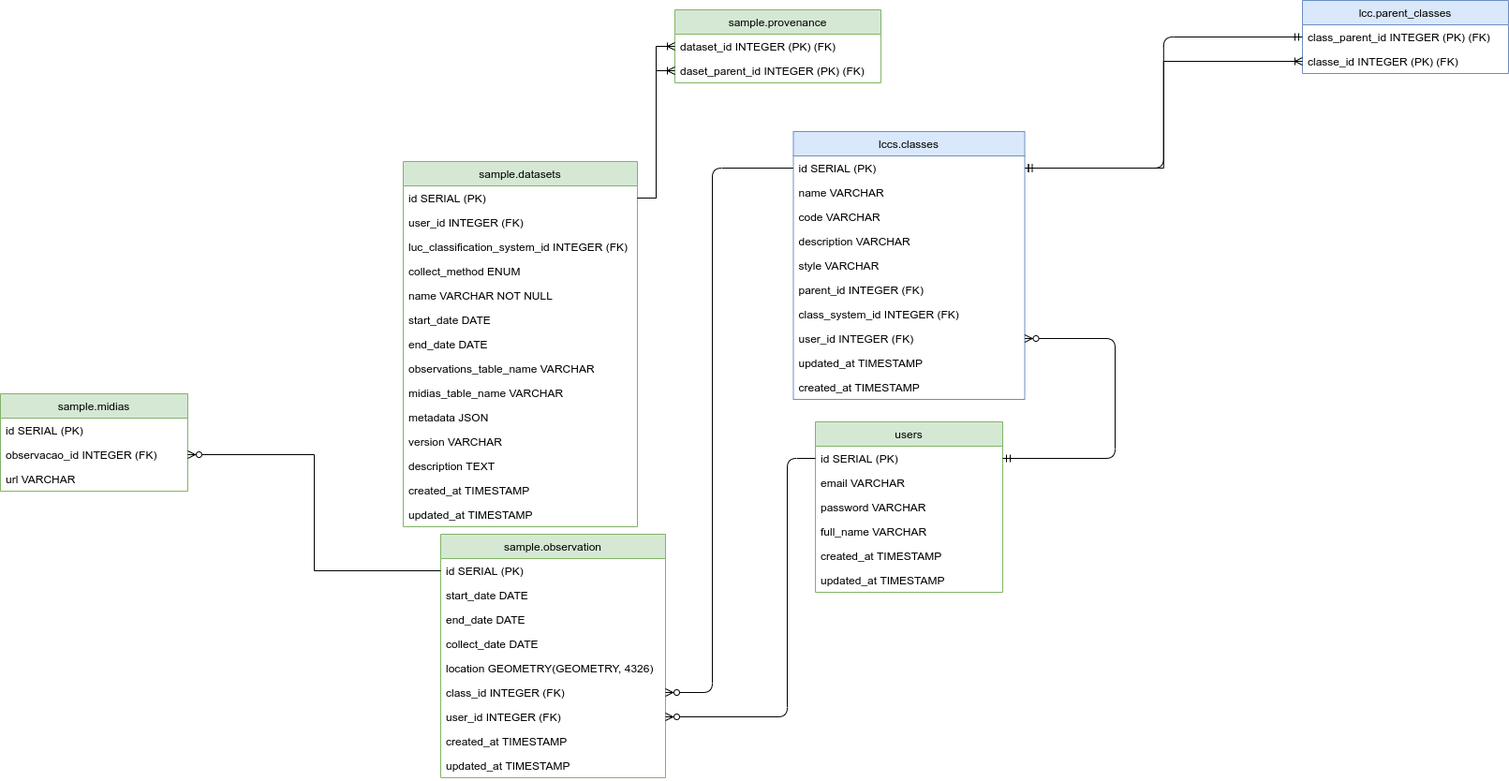
Above: docs/model/db-schema.png in brazil-data-cube/sample-db (draw.io), before the change. Source tidied: cells renumbered, new cells last; positions are measured from the earlier drawing's top-left corner, leaving out a move shared by most shapes.
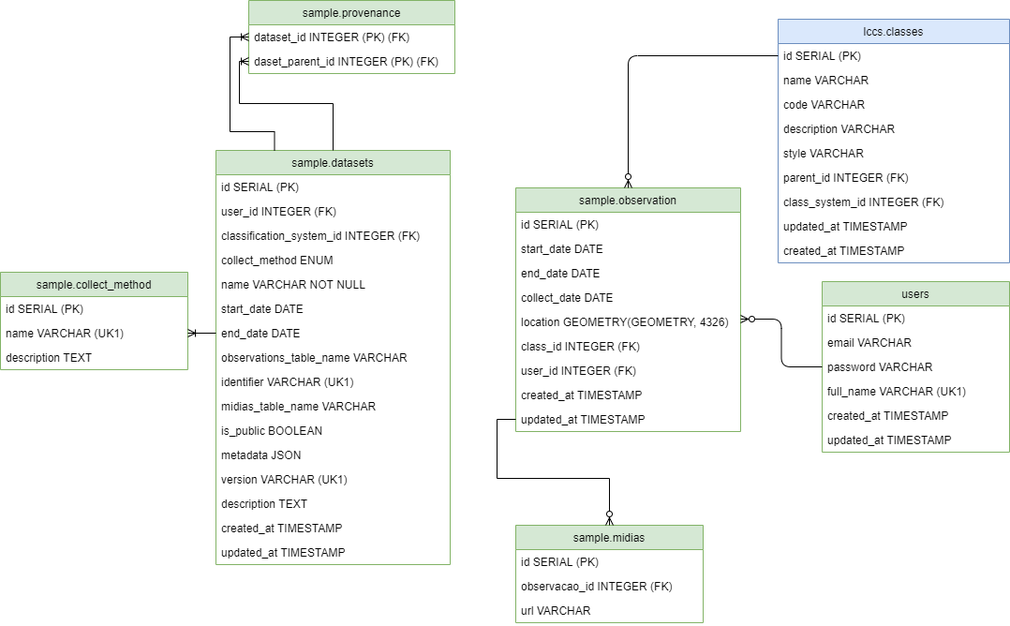
The same diagram one commit later.

Commit message:
add new diagram in docs and fixing migration

What changed in the source:
```diff
@@ -1,9 +1,9 @@
-<mxGraphModel background="#ffffff">
+<mxGraphModel>
   <root>
     <mxCell id="0" />
     <mxCell id="1" parent="0" />
     <mxCell id="2" value="lccs.classes" style="swimlane;fontStyle=0;horizontal=1;startSize=26;fillColor=#dae8fc;labelBackgroundColor=none;strokeColor=#6c8ebf;" parent="1" vertex="1">
-      <mxGeometry x="846.5" y="140" width="247" height="286" as="geometry" />
+      <mxGeometry x="730" y="-80" width="247" height="260" as="geometry" />
     </mxCell>
     <mxCell id="3" value="id SERIAL (PK)" style="text;strokeColor=none;fillColor=none;align=left;verticalAlign=top;spacingLeft=4;spacingRight=4;overflow=hidden;points=[[0,0.5],[1,0.5]];portConstraint=eastwest;" parent="2" vertex="1">
       <mxGeometry y="26" width="247" height="26" as="geometry" />
@@ -26,30 +26,27 @@
     <mxCell id="9" value="class_system_id INTEGER (FK)&#10;" style="text;strokeColor=none;fillColor=none;align=left;verticalAlign=top;spacingLeft=4;spacingRight=4;overflow=hidden;" parent="2" vertex="1">
       <mxGeometry y="182" width="247" height="26" as="geometry" />
     </mxCell>
-    <mxCell id="10" value="user_id INTEGER (FK)&#10;" style="text;strokeColor=none;fillColor=none;align=left;verticalAlign=top;spacingLeft=4;spacingRight=4;overflow=hidden;points=[[0,0.5],[1,0.5]];portConstraint=eastwest;" parent="2" vertex="1">
-      <mxGeometry y="208" width="247" height="26" as="geometry" />
-    </mxCell>
     <mxCell id="11" value="updated_at TIMESTAMP&#10;" style="text;strokeColor=none;fillColor=none;align=left;verticalAlign=top;spacingLeft=4;spacingRight=4;overflow=hidden;" parent="2" vertex="1">
-      <mxGeometry y="234" width="247" height="26" as="geometry" />
+      <mxGeometry y="208" width="247" height="26" as="geometry" />
     </mxCell>
     <mxCell id="12" value="created_at TIMESTAMP&#10;" style="text;strokeColor=none;fillColor=none;align=left;verticalAlign=top;spacingLeft=4;spacingRight=4;overflow=hidden;" parent="2" vertex="1">
-      <mxGeometry y="260" width="247" height="26" as="geometry" />
+      <mxGeometry y="234" width="247" height="26" as="geometry" />
     </mxCell>
     <mxCell id="13" value="users" style="swimlane;fontStyle=0;horizontal=1;startSize=26;fillColor=#d5e8d4;labelBackgroundColor=none;strokeColor=#82b366;" parent="1" vertex="1">
-      <mxGeometry x="870" y="450" width="200" height="182" as="geometry" />
+      <mxGeometry x="777" y="200" width="200" height="182" as="geometry" />
     </mxCell>
-    <mxCell id="14" value="id SERIAL (PK)" style="text;strokeColor=none;fillColor=none;align=left;verticalAlign=top;spacingLeft=4;spacingRight=4;overflow=hidden;points=[[0,0.5],[1,0.5]];portConstraint=eastwest;" parent="13" vertex="1">
-      <mxGeometry y="26" width="200" height="26" as="geometry" />
-    </mxCell>
+    <mxCell id="63" value="id SERIAL (PK)" style="text;strokeColor=none;fillColor=none;align=left;verticalAlign=top;spacingLeft=4;spacingRight=4;overflow=hidden;" parent="13" vertex="1">
+      <mxGeometry y="26" width="200" height="26" as="geometry" />
+    </mxCell>
     <mxCell id="15" value="email VARCHAR" style="text;strokeColor=none;fillColor=none;align=left;verticalAlign=top;spacingLeft=4;spacingRight=4;overflow=hidden;" parent="13" vertex="1">
       <mxGeometry y="52" width="200" height="26" as="geometry" />
     </mxCell>
     <mxCell id="16" value="password VARCHAR&#10;" style="text;strokeColor=none;fillColor=none;align=left;verticalAlign=top;spacingLeft=4;spacingRight=4;overflow=hidden;" parent="13" vertex="1">
       <mxGeometry y="78" width="200" height="26" as="geometry" />
     </mxCell>
-    <mxCell id="17" value="full_name VARCHAR&#10;" style="text;strokeColor=none;fillColor=none;align=left;verticalAlign=top;spacingLeft=4;spacingRight=4;overflow=hidden;" parent="13" vertex="1">
-      <mxGeometry y="104" width="200" height="26" as="geometry" />
-    </mxCell>
+    <mxCell id="64" value="full_name VARCHAR (UK1)&#10;" style="text;strokeColor=none;fillColor=none;align=left;verticalAlign=top;spacingLeft=4;spacingRight=4;overflow=hidden;" parent="13" vertex="1">
+      <mxGeometry y="104" width="200" height="26" as="geometry" />
+    </mxCell>
     <mxCell id="18" value="created_at TIMESTAMP" style="text;strokeColor=none;fillColor=none;align=left;verticalAlign=top;spacingLeft=4;spacingRight=4;overflow=hidden;" parent="13" vertex="1">
       <mxGeometry y="130" width="200" height="26" as="geometry" />
     </mxCell>
@@ -57,7 +54,7 @@
       <mxGeometry y="156" width="200" height="26" as="geometry" />
     </mxCell>
     <mxCell id="20" value="sample.observation" style="swimlane;fontStyle=0;horizontal=1;startSize=26;fillColor=#d5e8d4;labelBackgroundColor=none;strokeColor=#82b366;" parent="1" vertex="1">
-      <mxGeometry x="470" y="570" width="240" height="260" as="geometry" />
+      <mxGeometry x="450" y="100" width="240" height="260" as="geometry" />
     </mxCell>
     <mxCell id="21" value="id SERIAL (PK)" style="text;strokeColor=none;fillColor=none;align=left;verticalAlign=top;spacingLeft=4;spacingRight=4;overflow=hidden;points=[[0,0.5],[1,0.5]];portConstraint=eastwest;" parent="20" vertex="1">
       <mxGeometry y="26" width="240" height="26" as="geometry" />
@@ -86,31 +83,21 @@
     <mxCell id="29" value="updated_at TIMESTAMP" style="text;strokeColor=none;fillColor=none;align=left;verticalAlign=top;spacingLeft=4;spacingRight=4;overflow=hidden;points=[[0,0.5],[1,0.5]];portConstraint=eastwest;" parent="20" vertex="1">
       <mxGeometry y="234" width="240" height="26" as="geometry" />
     </mxCell>
-    <mxCell id="30" style="edgeStyle=elbowEdgeStyle;fontSize=12;html=1;endArrow=ERzeroToMany;exitX=1;exitY=0.5;exitDx=0;exitDy=0;entryX=1;entryY=0.5;entryDx=0;entryDy=0;startArrow=ERmandOne;startFill=0;endFill=1;" parent="1" edge="1" source="14" target="10">
-      <mxGeometry relative="1" as="geometry">
-        <Array as="points">
-          <mxPoint x="1190" y="390" />
-          <mxPoint x="1400" y="470" />
-        </Array>
-      </mxGeometry>
-    </mxCell>
-    <mxCell id="31" style="edgeStyle=elbowEdgeStyle;fontSize=12;html=1;endArrow=ERzeroToMany;entryX=1;entryY=0.5;entryDx=0;entryDy=0;endFill=1;" parent="1" edge="1" target="27">
-      <mxGeometry relative="1" as="geometry">
-        <mxPoint x="870" y="489" as="sourcePoint" />
-        <Array as="points">
-          <mxPoint x="840" y="600" />
-        </Array>
-      </mxGeometry>
-    </mxCell>
-    <mxCell id="32" style="edgeStyle=elbowEdgeStyle;fontSize=12;html=1;endArrow=ERzeroToMany;entryX=1;entryY=0.5;entryDx=0;entryDy=0;exitX=0;exitY=0.5;exitDx=0;exitDy=0;endFill=1;" parent="1" edge="1" source="3" target="26">
-      <mxGeometry relative="1" as="geometry">
-        <Array as="points">
-          <mxPoint x="760" y="630" />
-        </Array>
-      </mxGeometry>
-    </mxCell>
+    <mxCell id="65" style="fontSize=12;html=1;endArrow=ERzeroToMany;entryX=1;entryY=0.5;entryDx=0;entryDy=0;endFill=1;edgeStyle=orthogonalEdgeStyle;" parent="1" edge="1" source="13">
+      <mxGeometry relative="1" as="geometry">
+        <mxPoint x="690" y="240" as="targetPoint" />
+      </mxGeometry>
+    </mxCell>
+    <mxCell id="66" style="edgeStyle=elbowEdgeStyle;fontSize=12;html=1;endArrow=ERzeroToMany;entryX=0.5;entryY=0;entryDx=0;entryDy=0;exitX=0;exitY=0.5;exitDx=0;exitDy=0;endFill=1;" parent="1" edge="1" source="3" target="20">
+      <mxGeometry relative="1" as="geometry">
+        <Array as="points">
+          <mxPoint x="570" />
+          <mxPoint x="820" y="170" />
+        </Array>
+      </mxGeometry>
+    </mxCell>
     <mxCell id="33" value="sample.datasets" style="swimlane;fontStyle=0;horizontal=1;startSize=26;fillColor=#d5e8d4;labelBackgroundColor=none;strokeColor=#82b366;" parent="1" vertex="1">
-      <mxGeometry x="430" y="172" width="250" height="390" as="geometry" />
+      <mxGeometry x="130" y="60" width="250" height="442" as="geometry" />
     </mxCell>
     <mxCell id="34" value="id SERIAL (PK)" style="text;strokeColor=none;fillColor=none;align=left;verticalAlign=top;spacingLeft=4;spacingRight=4;overflow=hidden;points=[[0,0.5],[1,0.5]];portConstraint=eastwest;" parent="33" vertex="1">
       <mxGeometry y="26" width="250" height="26" as="geometry" />
@@ -118,9 +105,9 @@
     <mxCell id="35" value="user_id INTEGER (FK)" style="text;strokeColor=none;fillColor=none;align=left;verticalAlign=top;spacingLeft=4;spacingRight=4;overflow=hidden;" parent="33" vertex="1">
       <mxGeometry y="52" width="250" height="26" as="geometry" />
     </mxCell>
-    <mxCell id="36" value="luc_classification_system_id INTEGER (FK)" style="text;strokeColor=none;fillColor=none;align=left;verticalAlign=top;spacingLeft=4;spacingRight=4;overflow=hidden;" parent="33" vertex="1">
-      <mxGeometry y="78" width="250" height="26" as="geometry" />
-    </mxCell>
+    <mxCell id="67" value="classification_system_id INTEGER (FK)" style="text;strokeColor=none;fillColor=none;align=left;verticalAlign=top;spacingLeft=4;spacingRight=4;overflow=hidden;" parent="33" vertex="1">
+      <mxGeometry y="78" width="250" height="26" as="geometry" />
+    </mxCell>
     <mxCell id="37" value="collect_method ENUM" style="text;strokeColor=none;fillColor=none;align=left;verticalAlign=top;spacingLeft=4;spacingRight=4;overflow=hidden;" parent="33" vertex="1">
       <mxGeometry y="104" width="250" height="26" as="geometry" />
     </mxCell>
@@ -136,30 +123,36 @@
     <mxCell id="41" value="observations_table_name VARCHAR" style="text;strokeColor=none;fillColor=none;align=left;verticalAlign=top;spacingLeft=4;spacingRight=4;overflow=hidden;" parent="33" vertex="1">
       <mxGeometry y="208" width="250" height="26" as="geometry" />
     </mxCell>
+    <mxCell id="68" value="identifier VARCHAR (UK1)" style="text;strokeColor=none;fillColor=none;align=left;verticalAlign=top;spacingLeft=4;spacingRight=4;overflow=hidden;" parent="33" vertex="1">
+      <mxGeometry y="234" width="250" height="26" as="geometry" />
+    </mxCell>
     <mxCell id="42" value="midias_table_name VARCHAR" style="text;strokeColor=none;fillColor=none;align=left;verticalAlign=top;spacingLeft=4;spacingRight=4;overflow=hidden;" parent="33" vertex="1">
-      <mxGeometry y="234" width="250" height="26" as="geometry" />
+      <mxGeometry y="260" width="250" height="26" as="geometry" />
     </mxCell>
+    <mxCell id="69" value="is_public BOOLEAN" style="text;strokeColor=none;fillColor=none;align=left;verticalAlign=top;spacingLeft=4;spacingRight=4;overflow=hidden;" parent="33" vertex="1">
+      <mxGeometry y="286" width="250" height="26" as="geometry" />
+    </mxCell>
     <mxCell id="43" value="metadata JSON" style="text;strokeColor=none;fillColor=none;align=left;verticalAlign=top;spacingLeft=4;spacingRight=4;overflow=hidden;" parent="33" vertex="1">
-      <mxGeometry y="260" width="250" height="26" as="geometry" />
+      <mxGeometry y="312" width="250" height="26" as="geometry" />
     </mxCell>
-    <mxCell id="44" value="version VARCHAR" style="text;strokeColor=none;fillColor=none;align=left;verticalAlign=top;spacingLeft=4;spacingRight=4;overflow=hidden;" parent="33" vertex="1">
-      <mxGeometry y="286" width="250" height="26" as="geometry" />
-    </mxCell>
-    <mxCell id="45" value="description TEXT" style="text;strokeColor=none;fillColor=none;align=left;verticalAlign=top;spacingLeft=4;spacingRight=4;overflow=hidden;" parent="33" vertex="1">
-      <mxGeometry y="312" width="250" height="26" as="geometry" />
-    </mxCell>
+    <mxCell id="70" value="version VARCHAR (UK1)" style="text;strokeColor=none;fillColor=none;align=left;verticalAlign=top;spacingLeft=4;spacingRight=4;overflow=hidden;" parent="33" vertex="1">
+      <mxGeometry y="338" width="250" height="26" as="geometry" />
+    </mxCell>
+    <mxCell id="71" value="description TEXT" style="text;strokeColor=none;fillColor=none;align=left;verticalAlign=top;spacingLeft=4;spacingRight=4;overflow=hidden;" parent="33" vertex="1">
+      <mxGeometry y="364" width="250" height="26" as="geometry" />
+    </mxCell>
     <mxCell id="46" value="created_at TIMESTAMP" style="text;strokeColor=none;fillColor=none;align=left;verticalAlign=top;spacingLeft=4;spacingRight=4;overflow=hidden;" parent="33" vertex="1">
-      <mxGeometry y="338" width="250" height="26" as="geometry" />
+      <mxGeometry y="390" width="250" height="26" as="geometry" />
     </mxCell>
     <mxCell id="47" value="updated_at TIMESTAMP" style="text;strokeColor=none;fillColor=none;align=left;verticalAlign=top;spacingLeft=4;spacingRight=4;overflow=hidden;" parent="33" vertex="1">
-      <mxGeometry y="364" width="250" height="26" as="geometry" />
+      <mxGeometry y="416" width="250" height="26" as="geometry" />
     </mxCell>
     <mxCell id="48" value="sample.midias" style="swimlane;fontStyle=0;horizontal=1;startSize=26;fillColor=#d5e8d4;labelBackgroundColor=none;strokeColor=#82b366;" parent="1" vertex="1">
-      <mxGeometry y="420" width="200" height="104" as="geometry" />
+      <mxGeometry x="450" y="460" width="200" height="104" as="geometry" />
     </mxCell>
-    <mxCell id="49" value="id SERIAL (PK)" style="text;strokeColor=none;fillColor=none;align=left;verticalAlign=top;spacingLeft=4;spacingRight=4;overflow=hidden;" parent="48" vertex="1">
-      <mxGeometry y="26" width="200" height="26" as="geometry" />
-    </mxCell>
+    <mxCell id="72" value="id SERIAL (PK)" style="text;strokeColor=none;fillColor=none;align=left;verticalAlign=top;spacingLeft=4;spacingRight=4;overflow=hidden;" parent="48" vertex="1">
+      <mxGeometry y="26" width="200" height="26" as="geometry" />
+    </mxCell>
     <mxCell id="50" value="observacao_id INTEGER (FK)" style="text;strokeColor=none;fillColor=none;align=left;verticalAlign=top;spacingLeft=4;spacingRight=4;overflow=hidden;points=[[0,0.5],[1,0.5]];portConstraint=eastwest;" parent="48" vertex="1">
       <mxGeometry y="52" width="200" height="26" as="geometry" />
     </mxCell>
@@ -167,7 +160,7 @@
       <mxGeometry y="78" width="200" height="26" as="geometry" />
     </mxCell>
     <mxCell id="52" value="sample.provenance" style="swimlane;fontStyle=0;horizontal=1;startSize=26;fillColor=#d5e8d4;labelBackgroundColor=none;strokeColor=#82b366;" parent="1" vertex="1">
-      <mxGeometry x="720" y="10" width="220" height="78" as="geometry" />
+      <mxGeometry x="165" y="-100" width="220" height="78" as="geometry" />
     </mxCell>
     <mxCell id="53" value="dataset_id INTEGER (PK) (FK)" style="text;strokeColor=none;fillColor=none;align=left;verticalAlign=top;spacingLeft=4;spacingRight=4;overflow=hidden;points=[[0,0.5],[1,0.5]];portConstraint=eastwest;" parent="52" vertex="1">
       <mxGeometry y="26" width="220" height="26" as="geometry" />
@@ -175,29 +168,41 @@
     <mxCell id="54" value="daset_parent_id INTEGER (PK) (FK)" style="text;strokeColor=none;fillColor=none;align=left;verticalAlign=top;spacingLeft=4;spacingRight=4;overflow=hidden;points=[[0,0.5],[1,0.5]];portConstraint=eastwest;" parent="52" vertex="1">
       <mxGeometry y="52" width="220" height="26" as="geometry" />
     </mxCell>
-    <mxCell id="55" value="lcc.parent_classes" style="swimlane;fontStyle=0;horizontal=1;startSize=26;fillColor=#dae8fc;labelBackgroundColor=none;strokeColor=#6c8ebf;" parent="1" vertex="1">
-      <mxGeometry x="1390" width="220" height="78" as="geometry" />
-    </mxCell>
-    <mxCell id="56" value="class_parent_id INTEGER (PK) (FK)" style="text;strokeColor=none;fillColor=none;align=left;verticalAlign=top;spacingLeft=4;spacingRight=4;overflow=hidden;points=[[0,0.5],[1,0.5]];portConstraint=eastwest;" parent="55" vertex="1">
-      <mxGeometry y="26" width="220" height="26" as="geometry" />
-    </mxCell>
-    <mxCell id="57" value="classe_id INTEGER (PK) (FK)" style="text;strokeColor=none;fillColor=none;align=left;verticalAlign=top;spacingLeft=4;spacingRight=4;overflow=hidden;points=[[0,0.5],[1,0.5]];portConstraint=eastwest;" parent="55" vertex="1">
-      <mxGeometry y="52" width="220" height="26" as="geometry" />
-    </mxCell>
-    <mxCell id="58" style="edgeStyle=orthogonalEdgeStyle;fontSize=12;html=1;endArrow=ERmandOne;startArrow=ERmandOne;endFill=0;entryX=0;entryY=0.5;entryDx=0;entryDy=0;exitX=1;exitY=0.5;exitDx=0;exitDy=0;" parent="1" edge="1" source="3" target="56">
-      <mxGeometry relative="1" as="geometry" />
-    </mxCell>
-    <mxCell id="59" style="rounded=0;jettySize=auto;html=1;exitX=1;exitY=0.5;exitDx=0;exitDy=0;startArrow=ERone;startFill=0;endArrow=ERoneToMany;endFill=0;entryX=0;entryY=0.5;entryDx=0;entryDy=0;edgeStyle=orthogonalEdgeStyle;" parent="1" edge="1" source="3" target="57">
-      <mxGeometry relative="1" as="geometry" />
-    </mxCell>
-    <mxCell id="60" style="edgeStyle=orthogonalEdgeStyle;rounded=0;jettySize=auto;html=1;exitX=1;exitY=0.5;exitDx=0;exitDy=0;entryX=0;entryY=0.5;entryDx=0;entryDy=0;startArrow=none;startFill=0;endArrow=ERoneToMany;endFill=0;" parent="1" edge="1" source="34" target="53">
-      <mxGeometry relative="1" as="geometry" />
-    </mxCell>
-    <mxCell id="61" style="edgeStyle=orthogonalEdgeStyle;rounded=0;jettySize=auto;html=1;exitX=1;exitY=0.5;exitDx=0;exitDy=0;entryX=0;entryY=0.5;entryDx=0;entryDy=0;startArrow=none;startFill=0;endArrow=ERoneToMany;endFill=0;" parent="1" edge="1" source="34" target="54">
-      <mxGeometry relative="1" as="geometry" />
-    </mxCell>
-    <mxCell id="62" style="edgeStyle=orthogonalEdgeStyle;rounded=0;jettySize=auto;html=1;exitX=0;exitY=0.5;exitDx=0;exitDy=0;entryX=1;entryY=0.5;entryDx=0;entryDy=0;startArrow=none;startFill=0;endArrow=ERzeroToMany;endFill=1;" parent="1" edge="1" source="21" target="50">
-      <mxGeometry relative="1" as="geometry" />
-    </mxCell>
+    <mxCell id="73" style="edgeStyle=orthogonalEdgeStyle;rounded=0;jettySize=auto;html=1;exitX=0.25;exitY=0;exitDx=0;exitDy=0;entryX=0;entryY=0.5;entryDx=0;entryDy=0;startArrow=none;startFill=0;endArrow=ERoneToMany;endFill=0;" parent="1" edge="1" source="33" target="53">
+      <mxGeometry relative="1" as="geometry">
+        <Array as="points">
+          <mxPoint x="193" y="40" />
+          <mxPoint x="145" y="40" />
+          <mxPoint x="145" y="-61" />
+        </Array>
+      </mxGeometry>
+    </mxCell>
+    <mxCell id="74" style="edgeStyle=orthogonalEdgeStyle;rounded=0;jettySize=auto;html=1;exitX=0.5;exitY=0;exitDx=0;exitDy=0;entryX=0;entryY=0.5;entryDx=0;entryDy=0;startArrow=none;startFill=0;endArrow=ERoneToMany;endFill=0;" parent="1" edge="1" source="33" target="54">
+      <mxGeometry relative="1" as="geometry">
+        <Array as="points">
+          <mxPoint x="255" y="10" />
+          <mxPoint x="155" y="10" />
+          <mxPoint x="155" y="-35" />
+        </Array>
+      </mxGeometry>
+    </mxCell>
+    <mxCell id="75" style="edgeStyle=orthogonalEdgeStyle;rounded=0;jettySize=auto;html=1;exitX=0;exitY=0.5;exitDx=0;exitDy=0;entryX=0.5;entryY=0;entryDx=0;entryDy=0;startArrow=none;startFill=0;endArrow=ERzeroToMany;endFill=1;" parent="1" edge="1" source="29" target="48">
+      <mxGeometry relative="1" as="geometry" />
+    </mxCell>
+    <mxCell id="76" value="sample.collect_method" style="swimlane;fontStyle=0;horizontal=1;startSize=26;fillColor=#d5e8d4;labelBackgroundColor=none;strokeColor=#82b366;" parent="1" vertex="1">
+      <mxGeometry x="-100" y="190" width="200" height="104" as="geometry" />
+    </mxCell>
+    <mxCell id="77" value="id SERIAL (PK)" style="text;strokeColor=none;fillColor=none;align=left;verticalAlign=top;spacingLeft=4;spacingRight=4;overflow=hidden;" parent="76" vertex="1">
+      <mxGeometry y="26" width="200" height="26" as="geometry" />
+    </mxCell>
+    <mxCell id="78" value="name VARCHAR (UK1)" style="text;strokeColor=none;fillColor=none;align=left;verticalAlign=top;spacingLeft=4;spacingRight=4;overflow=hidden;points=[[0,0.5],[1,0.5]];portConstraint=eastwest;" parent="76" vertex="1">
+      <mxGeometry y="52" width="200" height="26" as="geometry" />
+    </mxCell>
+    <mxCell id="79" value="description TEXT" style="text;strokeColor=none;fillColor=none;align=left;verticalAlign=top;spacingLeft=4;spacingRight=4;overflow=hidden;" parent="76" vertex="1">
+      <mxGeometry y="78" width="200" height="26" as="geometry" />
+    </mxCell>
+    <mxCell id="80" style="edgeStyle=orthogonalEdgeStyle;rounded=0;jettySize=auto;html=1;exitX=0;exitY=0.5;exitDx=0;exitDy=0;entryX=1;entryY=0.5;entryDx=0;entryDy=0;endArrow=ERoneToMany;endFill=0;" parent="1" edge="1" source="40" target="78">
+      <mxGeometry relative="1" as="geometry" />
+    </mxCell>
   </root>
 </mxGraphModel>
```
